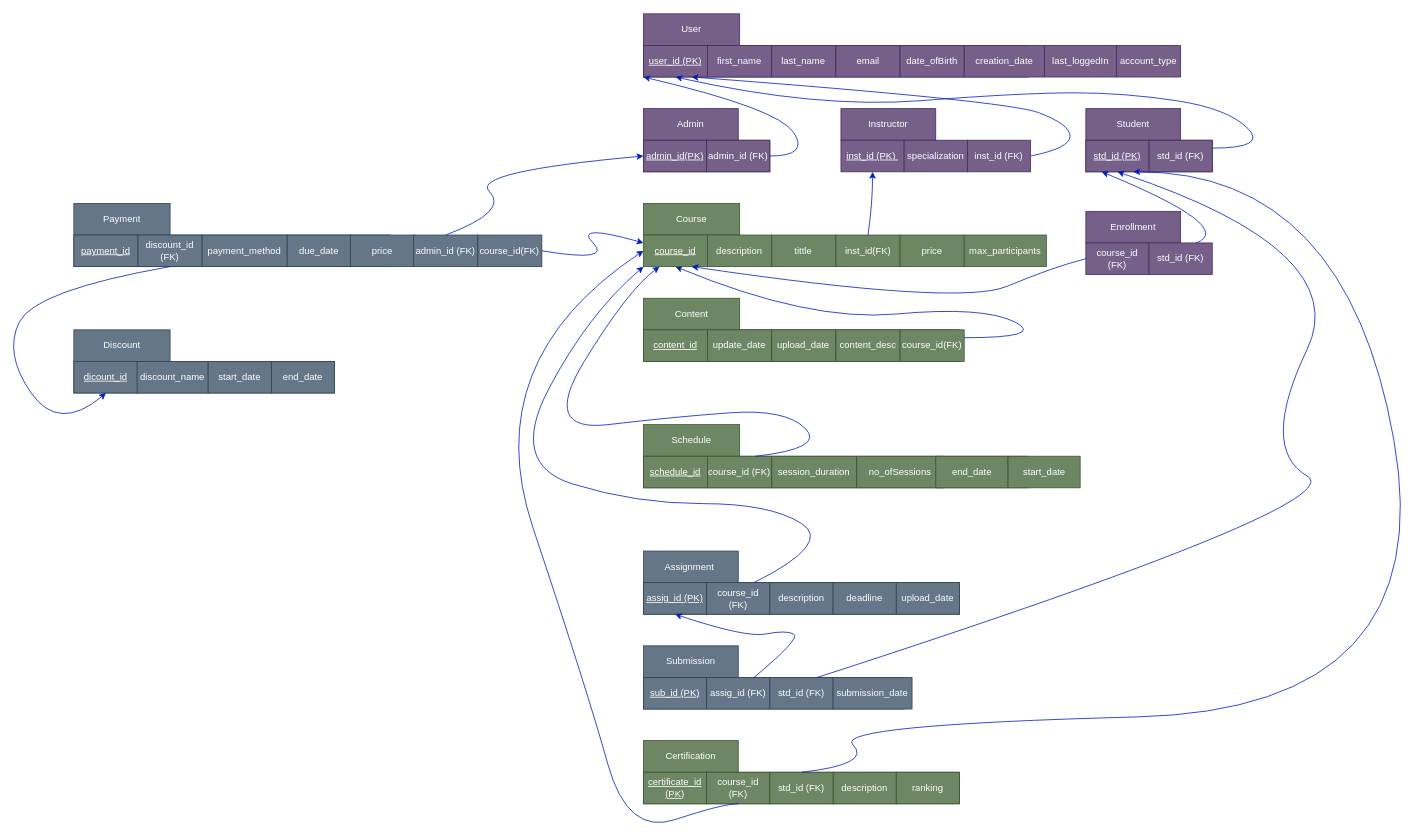
This is RelationalSchema1.drawio from bekteshi-ina/DB-Project, a draw.io file, before an edit. Source tidied: cells renumbered, new cells numbered last; positions are measured from the earlier drawing's top-left corner, leaving out a move shared by most shapes. Both pictures are drawn from the tidied source at 79%, with x=0, y=0 at pixel (3, 13).
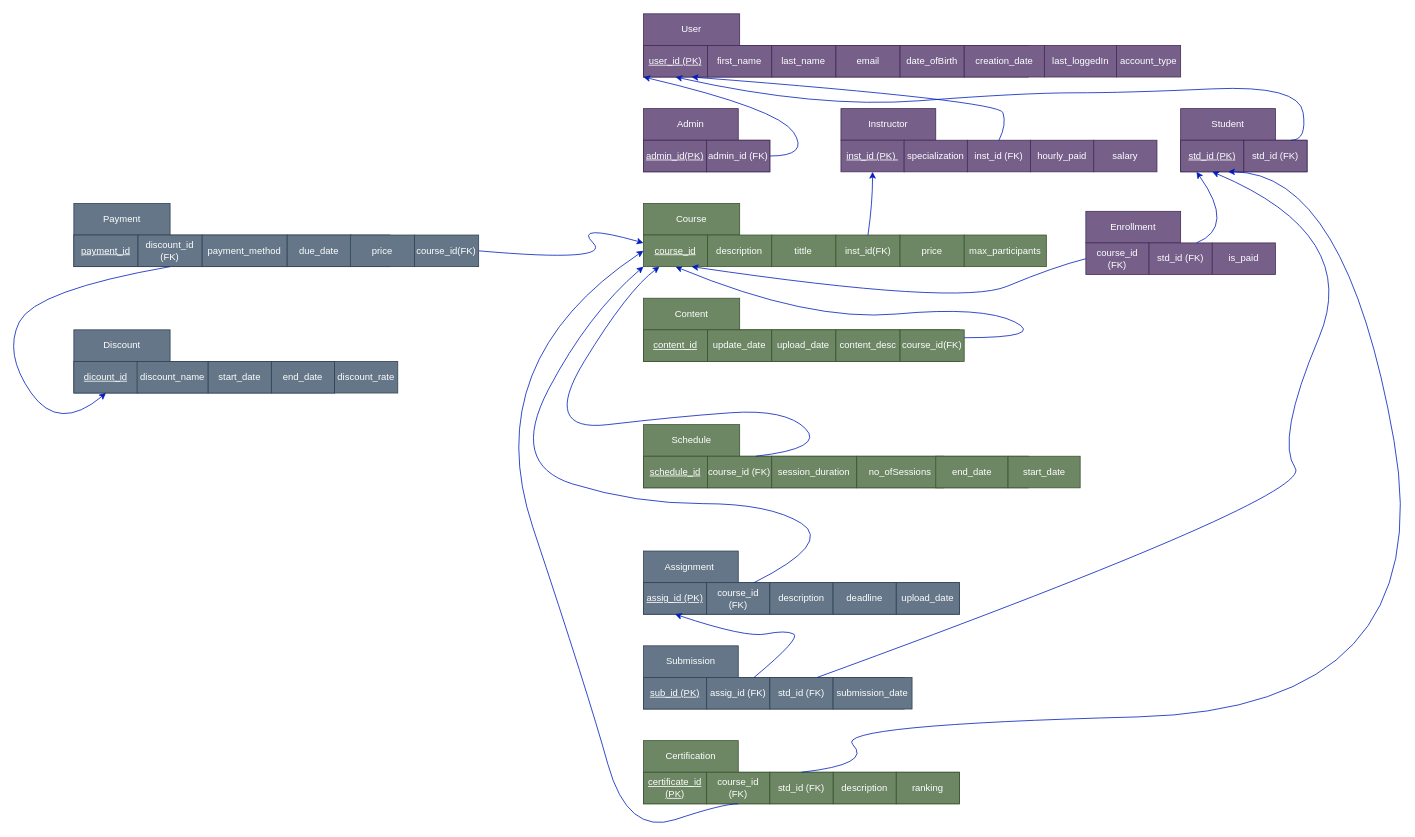
The same diagram, later.

Unchanged cells that the change refers to:
```xml
<mxCell id="6" value="&lt;u&gt;user_id (PK)&lt;/u&gt;" style="rounded=0;whiteSpace=wrap;html=1;fillColor=#76608a;strokeColor=#432D57;fontColor=#ffffff;" parent="3" vertex="1">
  <mxGeometry y="40" width="81.2" height="40" as="geometry" />
</mxCell>
<mxCell id="14" style="group;" parent="1" vertex="1">
  <mxGeometry x="810" y="120" width="670" height="100" as="geometry" />
</mxCell>
<mxCell id="15" style="group;" parent="14" vertex="1">
  <mxGeometry width="500" height="100" as="geometry" />
</mxCell>
<mxCell id="18" value="&lt;u&gt;admin_id(PK)&lt;/u&gt;" style="rounded=0;whiteSpace=wrap;html=1;fillColor=#76608a;strokeColor=#432D57;fontColor=#ffffff;" parent="15" vertex="1">
  <mxGeometry y="40" width="80" height="40" as="geometry" />
</mxCell>
<mxCell id="32" value="std_id (FK)" style="rounded=0;whiteSpace=wrap;html=1;fillColor=#647687;strokeColor=#314354;fontColor=#ffffff;" parent="27" vertex="1">
  <mxGeometry x="160" y="40" width="80" height="40" as="geometry" />
</mxCell>
<mxCell id="75" value="&lt;u&gt;std_id (PK)&lt;/u&gt;" style="rounded=0;whiteSpace=wrap;html=1;fillColor=#76608a;strokeColor=#432D57;fontColor=#ffffff;" parent="72" vertex="1">
  <mxGeometry y="40" width="80" height="40" as="geometry" />
</mxCell>
<mxCell id="76" value="std_id (FK)" style="rounded=0;whiteSpace=wrap;html=1;fillColor=#76608a;strokeColor=#432D57;fontColor=#ffffff;" parent="72" vertex="1">
  <mxGeometry x="80" y="40" width="80" height="40" as="geometry" />
</mxCell>
<mxCell id="83" style="group;" parent="1" vertex="1">
  <mxGeometry x="89" y="400" width="416" height="100" as="geometry" />
</mxCell>
<mxCell id="92" style="group;" parent="1" vertex="1">
  <mxGeometry x="89" y="240" width="592.4" height="80" as="geometry" />
</mxCell>
<mxCell id="108" style="group;" parent="1" vertex="1">
  <mxGeometry x="810" y="240" width="776" height="100" as="geometry" />
</mxCell>
```

The edit, as a diff of the source:
```diff
@@
+    <mxCell id="23" style="curved=1;endArrow=classic;html=1;rounded=0;entryX=0;entryY=1;entryDx=0;entryDy=0;fillColor=#0050ef;strokeColor=#001DBC;" parent="15" edge="1" target="6">
+      <mxGeometry relative="1" as="geometry">
+        <mxPoint x="160" y="60" as="sourcePoint" />
+        <Array as="points">
+          <mxPoint x="210" y="60" />
+          <mxPoint x="170" />
+        </Array>
+      </mxGeometry>
+    </mxCell>
+    <mxCell id="123" style="group;" parent="15" vertex="1">
+      <mxGeometry x="250" width="240" height="80" as="geometry" />
+    </mxCell>
-    <mxCell id="20" value="Instructor" style="rounded=0;whiteSpace=wrap;html=1;fillColor=#76608a;strokeColor=#432D57;fontColor=#ffffff;" parent="15" vertex="1">
-      <mxGeometry x="250" width="120" height="40" as="geometry" />
+    <mxCell id="20" value="Instructor" style="rounded=0;whiteSpace=wrap;html=1;fillColor=#76608a;strokeColor=#432D57;fontColor=#ffffff;" parent="123" vertex="1">
+      <mxGeometry width="120" height="40" as="geometry" />
     </mxCell>
-    <mxCell id="21" value="&lt;u&gt;inst_id (PK)&amp;nbsp;&lt;/u&gt;" style="rounded=0;whiteSpace=wrap;html=1;fillColor=#76608a;strokeColor=#432D57;fontColor=#ffffff;" parent="15" vertex="1">
-      <mxGeometry x="250" y="40" width="80" height="40" as="geometry" />
+    <mxCell id="21" value="&lt;u&gt;inst_id (PK)&amp;nbsp;&lt;/u&gt;" style="rounded=0;whiteSpace=wrap;html=1;fillColor=#76608a;strokeColor=#432D57;fontColor=#ffffff;" parent="123" vertex="1">
+      <mxGeometry y="40" width="80" height="40" as="geometry" />
     </mxCell>
-    <mxCell id="22" value="inst_id (FK)" style="rounded=0;whiteSpace=wrap;html=1;fillColor=#76608a;strokeColor=#432D57;fontColor=#ffffff;" parent="15" vertex="1">
-      <mxGeometry x="410" y="40" width="80" height="40" as="geometry" />
-    </mxCell>
-    <mxCell id="23" style="curved=1;endArrow=classic;html=1;rounded=0;entryX=0;entryY=1;entryDx=0;entryDy=0;fillColor=#0050ef;strokeColor=#001DBC;" parent="15" edge="1" target="6">
-      <mxGeometry relative="1" as="geometry">
-        <mxPoint x="160" y="60" as="sourcePoint" />
-        <Array as="points">
-          <mxPoint x="210" y="60" />
-          <mxPoint x="170" />
-        </Array>
-      </mxGeometry>
-    </mxCell>
-    <mxCell id="24" value="specialization" style="rounded=0;whiteSpace=wrap;html=1;fillColor=#76608a;strokeColor=#432D57;fontColor=#ffffff;" parent="15" vertex="1">
-      <mxGeometry x="330" y="40" width="80" height="40" as="geometry" />
+    <mxCell id="24" value="specialization" style="rounded=0;whiteSpace=wrap;html=1;fillColor=#76608a;strokeColor=#432D57;fontColor=#ffffff;" parent="123" vertex="1">
+      <mxGeometry x="80" y="40" width="80" height="40" as="geometry" />
     </mxCell>
-    <mxCell id="25" style="edgeStyle=orthogonalEdgeStyle;rounded=0;orthogonalLoop=1;jettySize=auto;html=1;exitX=0.5;exitY=1;exitDx=0;exitDy=0;fillColor=#76608a;strokeColor=#432D57;" parent="15" edge="1" source="24" target="24">
+    <mxCell id="25" style="edgeStyle=orthogonalEdgeStyle;rounded=0;orthogonalLoop=1;jettySize=auto;html=1;exitX=0.5;exitY=1;exitDx=0;exitDy=0;fillColor=#76608a;strokeColor=#432D57;" parent="123" edge="1" source="24" target="24">
       <mxGeometry relative="1" as="geometry" />
     </mxCell>
+    <mxCell id="22" value="inst_id (FK)" style="rounded=0;whiteSpace=wrap;html=1;fillColor=#76608a;strokeColor=#432D57;fontColor=#ffffff;" parent="123" vertex="1">
+      <mxGeometry x="160" y="40" width="80" height="40" as="geometry" />
+    </mxCell>
+    <mxCell id="124" value="hourly_paid" style="rounded=0;whiteSpace=wrap;html=1;fillColor=#76608a;strokeColor=#432D57;fontColor=#ffffff;" parent="14" vertex="1">
+      <mxGeometry x="490" y="40" width="80" height="40" as="geometry" />
+    </mxCell>
+    <mxCell id="125" value="salary" style="rounded=0;whiteSpace=wrap;html=1;fillColor=#76608a;strokeColor=#432D57;fontColor=#ffffff;" parent="14" vertex="1">
+      <mxGeometry x="570" y="40" width="80" height="40" as="geometry" />
+    </mxCell>
@@
     <mxCell id="72" style="group;" parent="1" vertex="1">
-      <mxGeometry x="1370" y="120" width="160" height="80" as="geometry" />
+      <mxGeometry x="1490" y="120" width="160" height="80" as="geometry" />
     </mxCell>
@@
-    <mxCell id="77" style="curved=1;endArrow=classic;html=1;rounded=0;exitX=1;exitY=0.25;exitDx=0;exitDy=0;entryX=0.5;entryY=1;entryDx=0;entryDy=0;fillColor=#0050ef;strokeColor=#001DBC;" parent="1" edge="1" source="76" target="6">
+    <mxCell id="77" style="curved=1;endArrow=classic;html=1;rounded=0;exitX=0.75;exitY=0;exitDx=0;exitDy=0;entryX=0.5;entryY=1;entryDx=0;entryDy=0;fillColor=#0050ef;strokeColor=#001DBC;" parent="1" edge="1" source="76" target="6">
       <mxGeometry relative="1" as="geometry">
         <Array as="points">
-          <mxPoint x="1600" y="170" />
-          <mxPoint x="1550" y="120" />
+          <mxPoint x="1650" y="160" />
+          <mxPoint x="1640" y="90" />
           <mxPoint x="1420" y="100" />
           <mxPoint x="1290" y="100" />
           <mxPoint x="1030" y="120" />
         </Array>
       </mxGeometry>
     </mxCell>
-    <mxCell id="78" style="curved=1;endArrow=classic;html=1;rounded=0;entryX=0.75;entryY=1;entryDx=0;entryDy=0;fillColor=#0050ef;strokeColor=#001DBC;exitX=1;exitY=0.5;exitDx=0;exitDy=0;" parent="1" edge="1" source="22" target="6">
+    <mxCell id="78" style="curved=1;endArrow=classic;html=1;rounded=0;entryX=0.75;entryY=1;entryDx=0;entryDy=0;fillColor=#0050ef;strokeColor=#001DBC;exitX=0.5;exitY=0;exitDx=0;exitDy=0;" parent="1" edge="1" source="22" target="6">
       <mxGeometry relative="1" as="geometry">
         <Array as="points">
-          <mxPoint x="1350" y="170" />
-          <mxPoint x="1350" y="140" />
-          <mxPoint x="1270" y="110" />
+          <mxPoint x="1270" y="140" />
+          <mxPoint x="1260" y="110" />
         </Array>
       </mxGeometry>
     </mxCell>
@@
+    <mxCell id="126" value="discount_rate" style="rounded=0;whiteSpace=wrap;html=1;fillColor=#647687;strokeColor=#314354;fontColor=#ffffff;" parent="83" vertex="1">
+      <mxGeometry x="330" y="40" width="80" height="40" as="geometry" />
+    </mxCell>
@@
     <mxCell id="93" style="group;" parent="92" vertex="1">
-      <mxGeometry width="511.2" height="80" as="geometry" />
+      <mxGeometry width="512.4" height="80" as="geometry" />
     </mxCell>
@@
-    <mxCell id="102" value="admin_id (FK)" style="rounded=0;whiteSpace=wrap;html=1;fillColor=#647687;strokeColor=#314354;fontColor=#ffffff;" parent="93" vertex="1">
-      <mxGeometry x="430" y="40" width="81.2" height="40" as="geometry" />
-    </mxCell>
-    <mxCell id="103" value="course_id(FK)" style="rounded=0;whiteSpace=wrap;html=1;fillColor=#647687;strokeColor=#314354;fontColor=#ffffff;" parent="92" vertex="1">
-      <mxGeometry x="511.2" y="40" width="81.2" height="40" as="geometry" />
+    <mxCell id="103" value="course_id(FK)" style="rounded=0;whiteSpace=wrap;html=1;fillColor=#647687;strokeColor=#314354;fontColor=#ffffff;" parent="93" vertex="1">
+      <mxGeometry x="431.2" y="40" width="81.2" height="40" as="geometry" />
     </mxCell>
-    <mxCell id="104" style="curved=1;endArrow=classic;html=1;entryX=0;entryY=0.5;entryDx=0;entryDy=0;fillColor=#0050ef;strokeColor=#001DBC;exitX=0.5;exitY=0;exitDx=0;exitDy=0;" parent="1" edge="1" source="102" target="18">
-      <mxGeometry relative="1" as="geometry">
-        <Array as="points">
-          <mxPoint x="640" y="250" />
-          <mxPoint x="590" y="200" />
-        </Array>
-      </mxGeometry>
-    </mxCell>
@@
+    <mxCell id="127" value="is_paid" style="rounded=0;whiteSpace=wrap;html=1;fillColor=#76608a;strokeColor=#432D57;fontColor=#ffffff;" parent="108" vertex="1">
+      <mxGeometry x="720" y="50" width="80" height="40" as="geometry" />
+    </mxCell>
@@
     <mxCell id="122" style="curved=1;endArrow=classic;html=1;exitX=0.75;exitY=0;exitDx=0;exitDy=0;entryX=0.5;entryY=1;entryDx=0;entryDy=0;fillColor=#0050ef;strokeColor=#001DBC;" parent="1" edge="1" source="32" target="75">
       <mxGeometry relative="1" as="geometry">
         <Array as="points">
-          <mxPoint x="1710" y="620" />
-          <mxPoint x="1590" y="550" />
-          <mxPoint x="1710" y="300" />
+          <mxPoint x="1660" y="610" />
+          <mxPoint x="1610" y="540" />
+          <mxPoint x="1720" y="280" />
         </Array>
       </mxGeometry>
     </mxCell>
```
